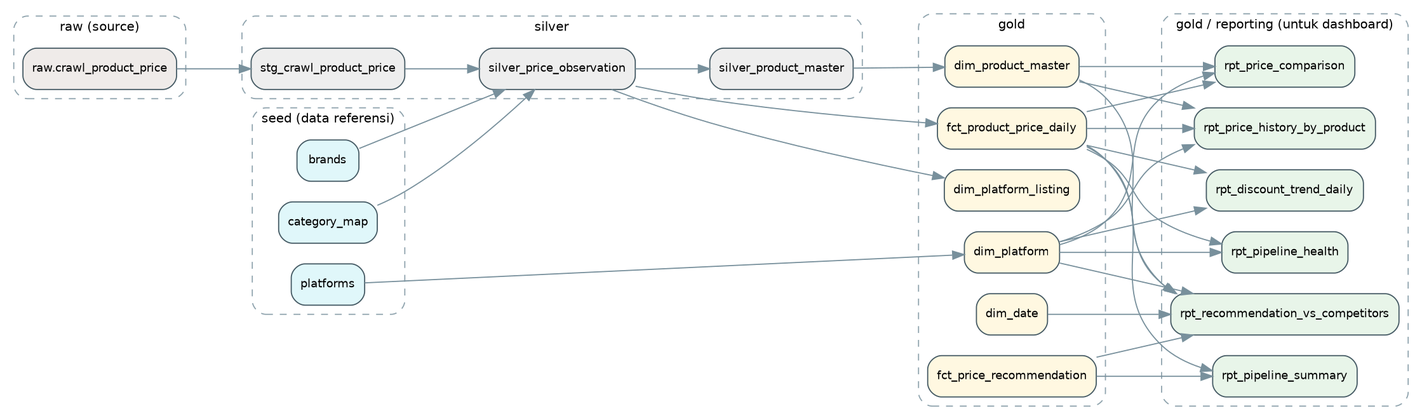
The Graphviz diagram docs/diagrams/lineage.png in Hendrimegaputra24/Test-DWHOperation-BFI, before a commit. Its source is kept beside it as docs/diagrams/lineage.dot.
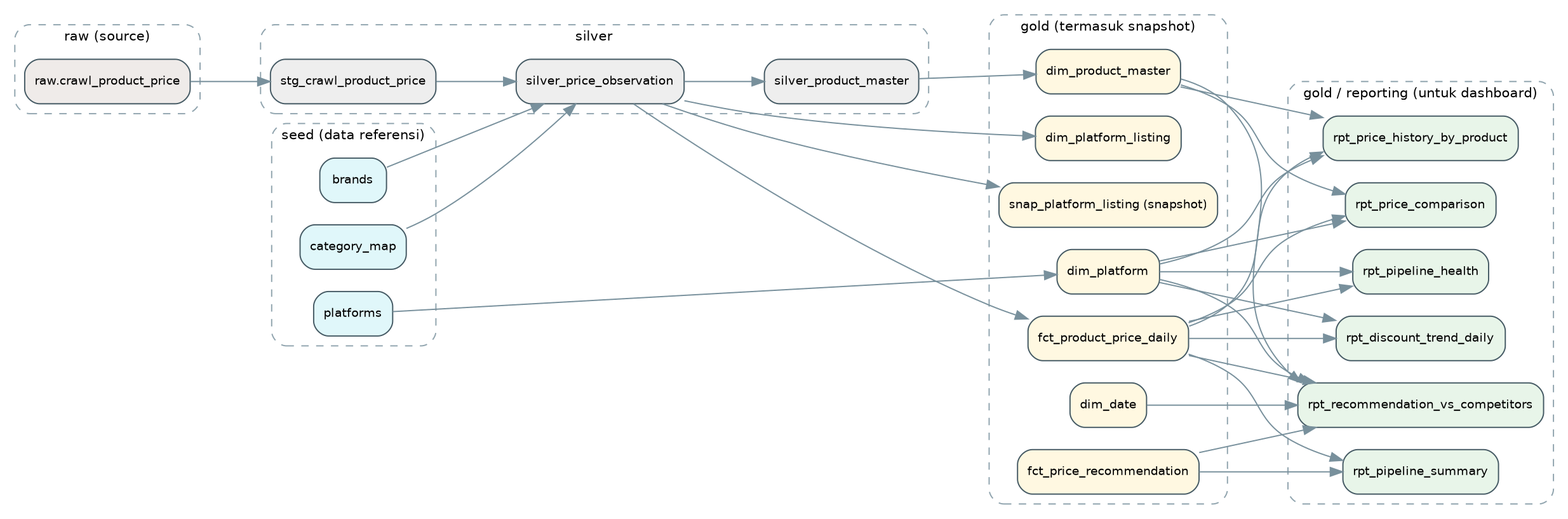
After the commit.

Commit message:
Add dbt snapshot, update docs and diagrams

The edit, as a diff of the source:
```diff
@@ -2,13 +2,14 @@
 rankdir=LR;fontname="Helvetica";nodesep=0.25;ranksep=0.9;bgcolor="white";
 node [shape=box,style="rounded,filled",fontname="Helvetica",fontsize=10,color="#455a64"];
 edge [color="#78909c"];
-subgraph cluster_gold {label="gold";style="rounded,dashed";color="#90a4ae";fontsize=11;
+subgraph cluster_gold {label="gold (termasuk snapshot)";style="rounded,dashed";color="#90a4ae";fontsize=11;
 "model.price_analytics.dim_platform" [label="dim_platform",fillcolor="#fff8e1"];
 "model.price_analytics.fct_product_price_daily" [label="fct_product_price_daily",fillcolor="#fff8e1"];
 "model.price_analytics.dim_product_master" [label="dim_product_master",fillcolor="#fff8e1"];
 "model.price_analytics.dim_platform_listing" [label="dim_platform_listing",fillcolor="#fff8e1"];
 "model.price_analytics.fct_price_recommendation" [label="fct_price_recommendation",fillcolor="#fff8e1"];
 "model.price_analytics.dim_date" [label="dim_date",fillcolor="#fff8e1"];
+"snapshot.price_analytics.snap_platform_listing" [label="snap_platform_listing (snapshot)",fillcolor="#fff8e1"];
 }
 subgraph cluster_report {label="gold / reporting (untuk dashboard)";style="rounded,dashed";color="#90a4ae";fontsize=11;
 "model.price_analytics.rpt_pipeline_summary" [label="rpt_pipeline_summary",fillcolor="#e8f5e9"];
@@ -57,4 +58,5 @@
 "seed.price_analytics.brands" -> "model.price_analytics.silver_price_observation";
 "seed.price_analytics.category_map" -> "model.price_analytics.silver_price_observation";
 "model.price_analytics.silver_price_observation" -> "model.price_analytics.silver_product_master";
+"model.price_analytics.silver_price_observation" -> "snapshot.price_analytics.snap_platform_listing";
 }
```
